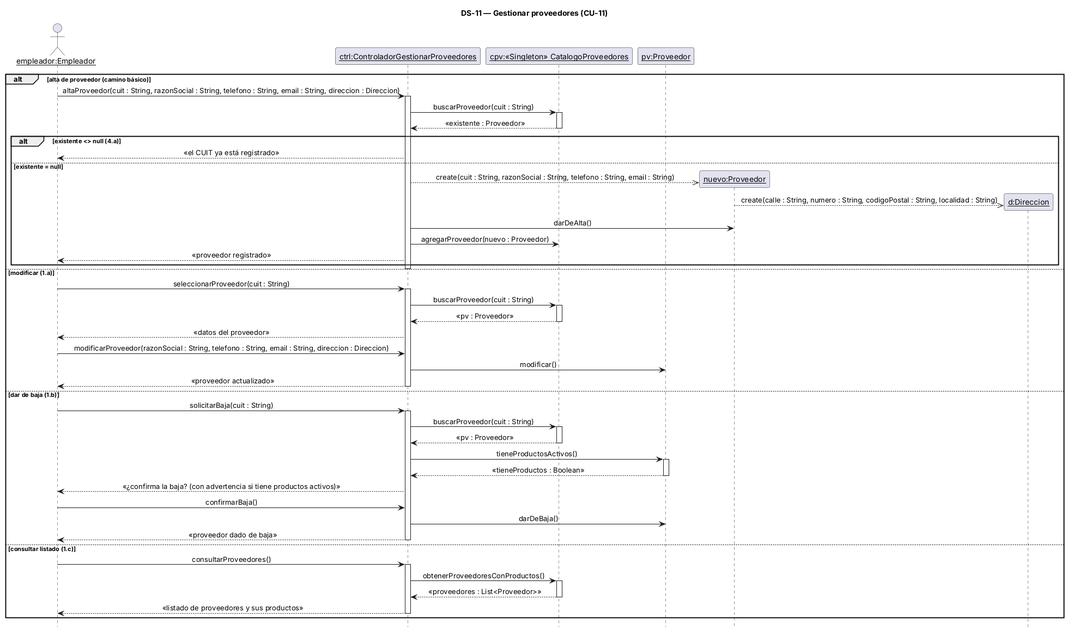
This is 08-Diagrama De Secuencia/DS-11 Gestionar proveedores.png from alanbalzaretti123/control-de-stock1, a PlantUML export, as it was before one commit.
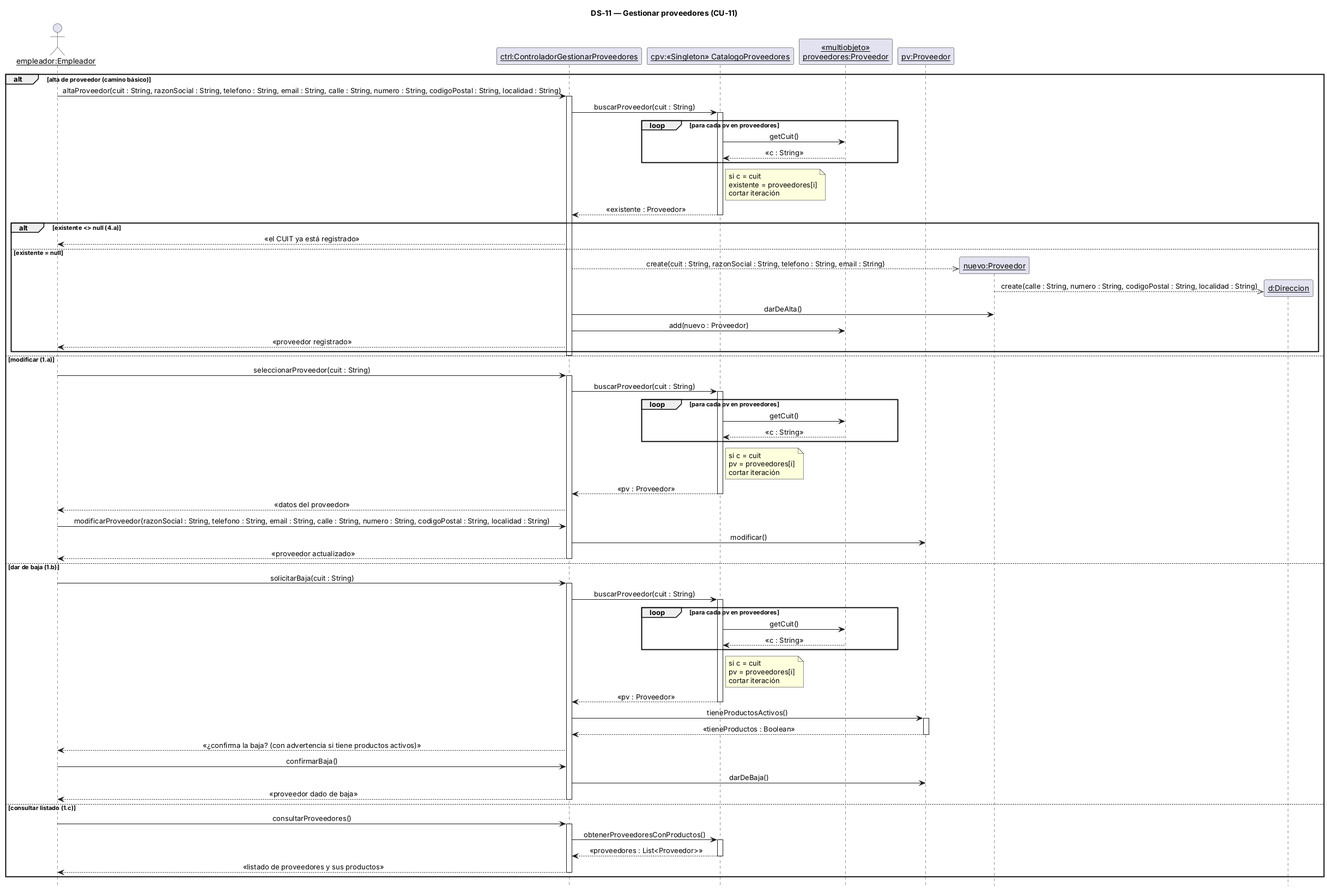
After the change.

The edit, as a diff of the source:
```diff
@@ -8,13 +8,19 @@
 actor "empleador:Empleador" as U
 participant "ctrl:ControladorGestionarProveedores" as C
 participant "cpv:«Singleton» CatalogoProveedores" as CPV
+participant "«multiobjeto»\nproveedores:Proveedor" as MPV
 participant "pv:Proveedor" as PV
 
 alt alta de proveedor (camino básico)
-  U -> C : altaProveedor(cuit : String, razonSocial : String, telefono : String, email : String, direccion : Direccion)
+  U -> C : altaProveedor(cuit : String, razonSocial : String, telefono : String, email : String, calle : String, numero : String, codigoPostal : String, localidad : String)
   activate C
   C -> CPV : buscarProveedor(cuit : String)
   activate CPV
+  loop para cada pv en proveedores
+    CPV -> MPV : getCuit()
+    MPV --> CPV : «c : String»
+  end
+  note right of CPV : si c = cuit\nexistente = proveedores[i]\ncortar iteración
   CPV --> C : «existente : Proveedor»
   deactivate CPV
   alt existente <> null (4.a)
@@ -25,7 +31,7 @@
     create participant "d:Direccion" as DI
     N -->> DI : create(calle : String, numero : String, codigoPostal : String, localidad : String)
     C -> N : darDeAlta()
-    C -> CPV : agregarProveedor(nuevo : Proveedor)
+    C -> MPV : add(nuevo : Proveedor)
     C --> U : «proveedor registrado»
   end
   deactivate C
@@ -34,10 +40,15 @@
   activate C
   C -> CPV : buscarProveedor(cuit : String)
   activate CPV
+  loop para cada pv en proveedores
+    CPV -> MPV : getCuit()
+    MPV --> CPV : «c : String»
+  end
+  note right of CPV : si c = cuit\npv = proveedores[i]\ncortar iteración
   CPV --> C : «pv : Proveedor»
   deactivate CPV
   C --> U : «datos del proveedor»
-  U -> C : modificarProveedor(razonSocial : String, telefono : String, email : String, direccion : Direccion)
+  U -> C : modificarProveedor(razonSocial : String, telefono : String, email : String, calle : String, numero : String, codigoPostal : String, localidad : String)
   C -> PV : modificar()
   C --> U : «proveedor actualizado»
   deactivate C
@@ -46,6 +57,11 @@
   activate C
   C -> CPV : buscarProveedor(cuit : String)
   activate CPV
+  loop para cada pv en proveedores
+    CPV -> MPV : getCuit()
+    MPV --> CPV : «c : String»
+  end
+  note right of CPV : si c = cuit\npv = proveedores[i]\ncortar iteración
   CPV --> C : «pv : Proveedor»
   deactivate CPV
   C -> PV : tieneProductosActivos()
```
